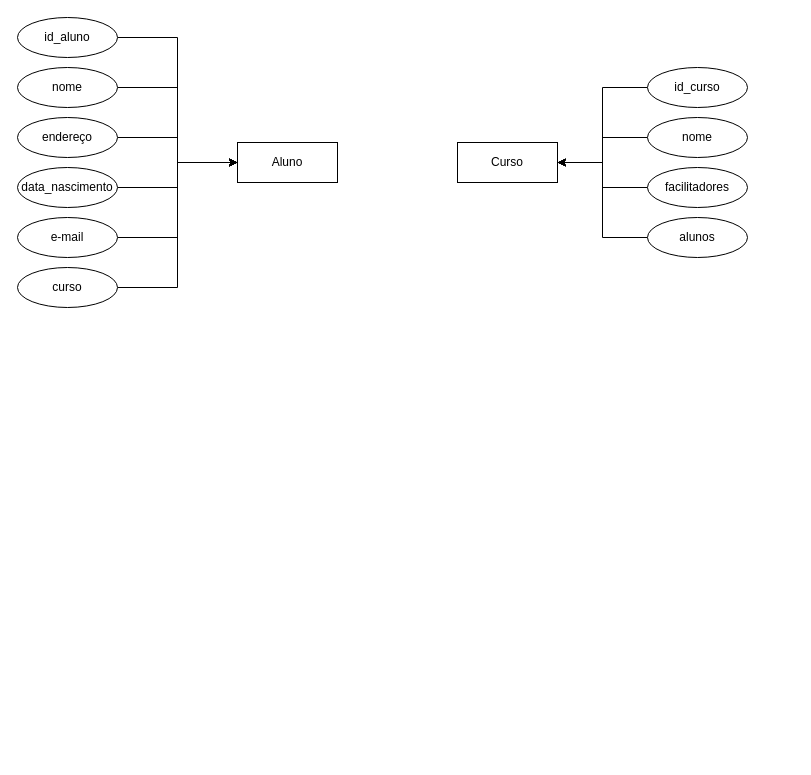
brunnabrito/projeto_modulo3_resilia_grupo1 keeps this draw.io diagram as entidades secretaria e alunos.drawio. Above is the earlier version. Source tidied: cells renumbered, new cells numbered last; positions are measured from the earlier drawing's top-left corner, leaving out a move shared by most shapes. Both pictures are drawn from the tidied source at 100%, with x=0, y=0 at pixel (17, 17).
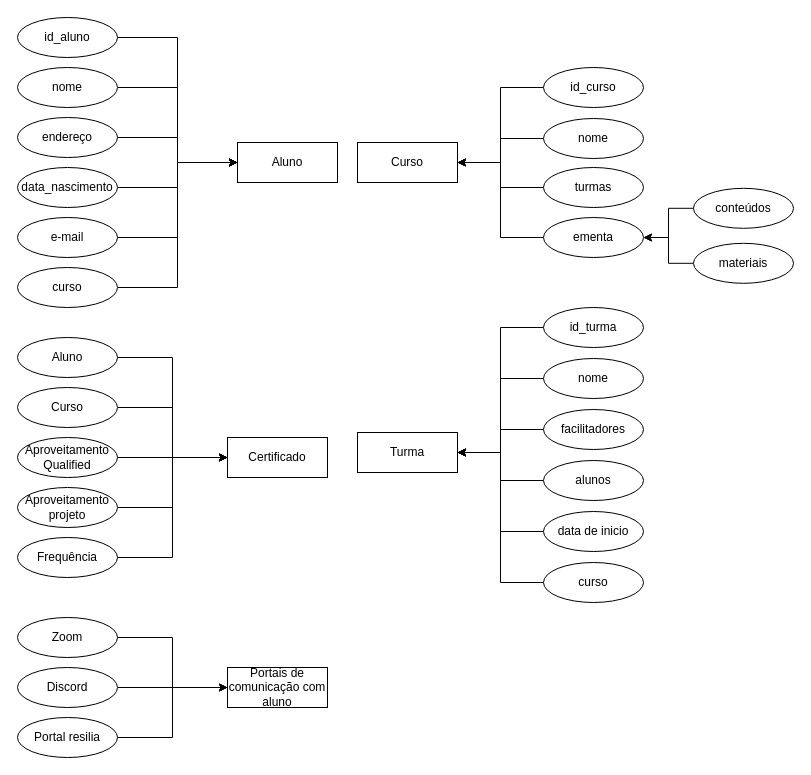
The same diagram, later.

Diff of the diagram source:
```diff
@@
     <mxCell id="13" value="Curso" style="whiteSpace=wrap;html=1;align=center;" parent="1" vertex="1">
-      <mxGeometry x="440" y="125" width="100" height="40" as="geometry" />
+      <mxGeometry x="340" y="125" width="100" height="40" as="geometry" />
     </mxCell>
-    <mxCell id="14" style="edgeStyle=orthogonalEdgeStyle;rounded=0;jettySize=auto;html=1;entryX=1;entryY=0.5;entryDx=0;entryDy=0;" parent="1" edge="1" source="15" target="13">
-      <mxGeometry relative="1" as="geometry" />
-    </mxCell>
-    <mxCell id="15" value="facilitadores" style="ellipse;whiteSpace=wrap;html=1;align=center;flipV=1;" parent="1" vertex="1">
-      <mxGeometry x="630" y="150" width="100" height="40" as="geometry" />
-    </mxCell>
-    <mxCell id="16" style="edgeStyle=orthogonalEdgeStyle;rounded=0;jettySize=auto;html=1;" parent="1" edge="1" source="17" target="13">
+    <mxCell id="16" style="edgeStyle=orthogonalEdgeStyle;rounded=0;jettySize=auto;html=1;entryX=1;entryY=0.5;entryDx=0;entryDy=0;" parent="1" edge="1" source="17" target="13">
       <mxGeometry relative="1" as="geometry" />
     </mxCell>
     <mxCell id="17" value="nome" style="ellipse;whiteSpace=wrap;html=1;align=center;flipV=1;" parent="1" vertex="1">
-      <mxGeometry x="630" y="100" width="100" height="40" as="geometry" />
+      <mxGeometry x="526" y="101" width="100" height="40" as="geometry" />
     </mxCell>
@@
     <mxCell id="19" value="id_curso" style="ellipse;whiteSpace=wrap;html=1;align=center;flipV=1;" parent="1" vertex="1">
-      <mxGeometry x="630" y="50" width="100" height="40" as="geometry" />
+      <mxGeometry x="526" y="50" width="100" height="40" as="geometry" />
     </mxCell>
@@
-    <mxCell id="21" value="alunos" style="ellipse;whiteSpace=wrap;html=1;align=center;flipV=1;" parent="1" vertex="1">
-      <mxGeometry x="630" y="200" width="100" height="40" as="geometry" />
+    <mxCell id="21" value="turmas" style="ellipse;whiteSpace=wrap;html=1;align=center;flipV=1;" parent="1" vertex="1">
+      <mxGeometry x="526" y="150" width="100" height="40" as="geometry" />
     </mxCell>
@@
+    <mxCell id="24" value="Certificado" style="whiteSpace=wrap;html=1;align=center;" parent="1" vertex="1">
+      <mxGeometry x="210" y="420" width="100" height="40" as="geometry" />
+    </mxCell>
+    <mxCell id="25" style="edgeStyle=orthogonalEdgeStyle;rounded=0;jettySize=auto;html=1;entryX=0;entryY=0.5;entryDx=0;entryDy=0;" parent="1" edge="1" source="26" target="24">
+      <mxGeometry relative="1" as="geometry" />
+    </mxCell>
+    <mxCell id="26" value="Aproveitamento projeto" style="ellipse;whiteSpace=wrap;html=1;align=center;" parent="1" vertex="1">
+      <mxGeometry y="470" width="100" height="40" as="geometry" />
+    </mxCell>
+    <mxCell id="27" style="edgeStyle=orthogonalEdgeStyle;rounded=0;jettySize=auto;html=1;" parent="1" edge="1" source="28" target="24">
+      <mxGeometry relative="1" as="geometry" />
+    </mxCell>
+    <mxCell id="28" value="Aproveitamento Qualified" style="ellipse;whiteSpace=wrap;html=1;align=center;" parent="1" vertex="1">
+      <mxGeometry y="420" width="100" height="40" as="geometry" />
+    </mxCell>
+    <mxCell id="29" style="edgeStyle=orthogonalEdgeStyle;rounded=0;jettySize=auto;html=1;entryX=0;entryY=0.5;entryDx=0;entryDy=0;" parent="1" edge="1" source="30" target="24">
+      <mxGeometry relative="1" as="geometry" />
+    </mxCell>
+    <mxCell id="30" value="Curso" style="ellipse;whiteSpace=wrap;html=1;align=center;" parent="1" vertex="1">
+      <mxGeometry y="370" width="100" height="40" as="geometry" />
+    </mxCell>
+    <mxCell id="31" style="edgeStyle=orthogonalEdgeStyle;rounded=0;jettySize=auto;html=1;entryX=0;entryY=0.5;entryDx=0;entryDy=0;" parent="1" edge="1" source="32" target="24">
+      <mxGeometry relative="1" as="geometry" />
+    </mxCell>
+    <mxCell id="32" value="Aluno" style="ellipse;whiteSpace=wrap;html=1;align=center;" parent="1" vertex="1">
+      <mxGeometry y="320" width="100" height="40" as="geometry" />
+    </mxCell>
+    <mxCell id="33" style="edgeStyle=orthogonalEdgeStyle;rounded=0;jettySize=auto;html=1;entryX=0;entryY=0.5;entryDx=0;entryDy=0;" parent="1" edge="1" source="34" target="24">
+      <mxGeometry relative="1" as="geometry" />
+    </mxCell>
+    <mxCell id="34" value="Frequência" style="ellipse;whiteSpace=wrap;html=1;align=center;" parent="1" vertex="1">
+      <mxGeometry y="520" width="100" height="40" as="geometry" />
+    </mxCell>
+    <mxCell id="35" value="Portais de comunicação com aluno" style="whiteSpace=wrap;html=1;align=center;" parent="1" vertex="1">
+      <mxGeometry x="210" y="650" width="100" height="40" as="geometry" />
+    </mxCell>
+    <mxCell id="36" style="edgeStyle=orthogonalEdgeStyle;rounded=0;jettySize=auto;html=1;entryX=0;entryY=0.5;entryDx=0;entryDy=0;" parent="1" edge="1" source="37" target="35">
+      <mxGeometry relative="1" as="geometry" />
+    </mxCell>
+    <mxCell id="37" value="Zoom" style="ellipse;whiteSpace=wrap;html=1;align=center;" parent="1" vertex="1">
+      <mxGeometry y="600" width="100" height="40" as="geometry" />
+    </mxCell>
+    <mxCell id="38" style="edgeStyle=orthogonalEdgeStyle;rounded=0;jettySize=auto;html=1;" parent="1" edge="1" source="39" target="35">
+      <mxGeometry relative="1" as="geometry" />
+    </mxCell>
+    <mxCell id="39" value="Discord" style="ellipse;whiteSpace=wrap;html=1;align=center;" parent="1" vertex="1">
+      <mxGeometry y="650" width="100" height="40" as="geometry" />
+    </mxCell>
+    <mxCell id="40" style="edgeStyle=orthogonalEdgeStyle;rounded=0;jettySize=auto;html=1;entryX=0;entryY=0.5;entryDx=0;entryDy=0;" parent="1" edge="1" source="41" target="35">
+      <mxGeometry relative="1" as="geometry" />
+    </mxCell>
+    <mxCell id="41" value="Portal resilia" style="ellipse;whiteSpace=wrap;html=1;align=center;" parent="1" vertex="1">
+      <mxGeometry y="700" width="100" height="40" as="geometry" />
+    </mxCell>
+    <mxCell id="42" style="edgeStyle=orthogonalEdgeStyle;rounded=0;jettySize=auto;html=1;entryX=1;entryY=0.5;entryDx=0;entryDy=0;" parent="1" edge="1" source="43" target="45">
+      <mxGeometry relative="1" as="geometry" />
+    </mxCell>
+    <mxCell id="43" value="conteúdos" style="ellipse;whiteSpace=wrap;html=1;align=center;flipV=1;" parent="1" vertex="1">
+      <mxGeometry x="676" y="170.8" width="100" height="40" as="geometry" />
+    </mxCell>
+    <mxCell id="44" style="edgeStyle=orthogonalEdgeStyle;rounded=0;jettySize=auto;html=1;entryX=1;entryY=0.5;entryDx=0;entryDy=0;" parent="1" edge="1" source="45" target="13">
+      <mxGeometry relative="1" as="geometry" />
+    </mxCell>
+    <mxCell id="45" value="ementa" style="ellipse;whiteSpace=wrap;html=1;align=center;flipV=1;" parent="1" vertex="1">
+      <mxGeometry x="526" y="200" width="100" height="40" as="geometry" />
+    </mxCell>
+    <mxCell id="46" style="edgeStyle=orthogonalEdgeStyle;rounded=0;jettySize=auto;html=1;entryX=1;entryY=0.5;entryDx=0;entryDy=0;" parent="1" edge="1" source="47" target="45">
+      <mxGeometry relative="1" as="geometry" />
+    </mxCell>
+    <mxCell id="47" value="materiais" style="ellipse;whiteSpace=wrap;html=1;align=center;flipV=1;" parent="1" vertex="1">
+      <mxGeometry x="676" y="225.8" width="100" height="40" as="geometry" />
+    </mxCell>
+    <mxCell id="48" value="Turma" style="whiteSpace=wrap;html=1;align=center;" parent="1" vertex="1">
+      <mxGeometry x="340" y="415" width="100" height="40" as="geometry" />
+    </mxCell>
+    <mxCell id="49" style="edgeStyle=orthogonalEdgeStyle;rounded=0;jettySize=auto;html=1;entryX=1;entryY=0.5;entryDx=0;entryDy=0;" parent="1" edge="1" source="15" target="48">
+      <mxGeometry relative="1" as="geometry" />
+    </mxCell>
+    <mxCell id="15" value="facilitadores" style="ellipse;whiteSpace=wrap;html=1;align=center;flipV=1;" parent="1" vertex="1">
+      <mxGeometry x="526" y="392" width="100" height="40" as="geometry" />
+    </mxCell>
+    <mxCell id="50" style="edgeStyle=orthogonalEdgeStyle;rounded=0;jettySize=auto;html=1;entryX=1;entryY=0.5;entryDx=0;entryDy=0;" parent="1" edge="1" source="51" target="48">
+      <mxGeometry relative="1" as="geometry" />
+    </mxCell>
+    <mxCell id="51" value="nome" style="ellipse;whiteSpace=wrap;html=1;align=center;flipV=1;" parent="1" vertex="1">
+      <mxGeometry x="526" y="341" width="100" height="40" as="geometry" />
+    </mxCell>
+    <mxCell id="52" style="edgeStyle=orthogonalEdgeStyle;rounded=0;jettySize=auto;html=1;entryX=1;entryY=0.5;entryDx=0;entryDy=0;" parent="1" edge="1" source="53" target="48">
+      <mxGeometry relative="1" as="geometry" />
+    </mxCell>
+    <mxCell id="53" value="id_turma" style="ellipse;whiteSpace=wrap;html=1;align=center;flipV=1;" parent="1" vertex="1">
+      <mxGeometry x="526" y="290" width="100" height="40" as="geometry" />
+    </mxCell>
+    <mxCell id="54" style="edgeStyle=orthogonalEdgeStyle;rounded=0;jettySize=auto;html=1;entryX=1;entryY=0.5;entryDx=0;entryDy=0;" parent="1" edge="1" source="55" target="48">
+      <mxGeometry relative="1" as="geometry" />
+    </mxCell>
+    <mxCell id="55" value="alunos" style="ellipse;whiteSpace=wrap;html=1;align=center;flipV=1;" parent="1" vertex="1">
+      <mxGeometry x="526" y="443" width="100" height="40" as="geometry" />
+    </mxCell>
+    <mxCell id="56" style="edgeStyle=orthogonalEdgeStyle;rounded=0;jettySize=auto;html=1;entryX=1;entryY=0.5;entryDx=0;entryDy=0;" parent="1" edge="1" source="57" target="48">
+      <mxGeometry relative="1" as="geometry" />
+    </mxCell>
+    <mxCell id="57" value="data de inicio" style="ellipse;whiteSpace=wrap;html=1;align=center;flipV=1;" parent="1" vertex="1">
+      <mxGeometry x="526" y="494" width="100" height="40" as="geometry" />
+    </mxCell>
+    <mxCell id="58" style="edgeStyle=orthogonalEdgeStyle;rounded=0;jettySize=auto;html=1;entryX=1;entryY=0.5;entryDx=0;entryDy=0;" parent="1" edge="1" source="59" target="48">
+      <mxGeometry relative="1" as="geometry" />
+    </mxCell>
+    <mxCell id="59" value="curso" style="ellipse;whiteSpace=wrap;html=1;align=center;flipV=1;" parent="1" vertex="1">
+      <mxGeometry x="526" y="545" width="100" height="40" as="geometry" />
+    </mxCell>
```
